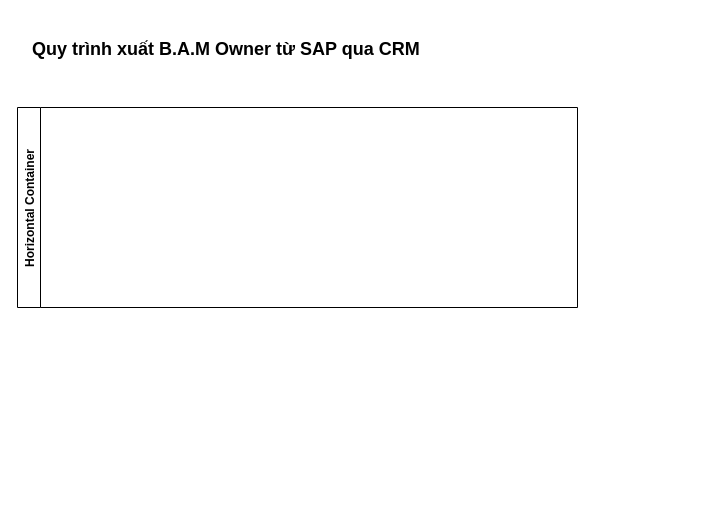
maloadca/test keeps this draw.io diagram as Bamowner.drawio. Above is the earlier version. Source tidied: cells renumbered, new cells numbered last; positions are measured from the earlier drawing's top-left corner, leaving out a move shared by most shapes. Both pictures are drawn from the tidied source at 100%, with x=0, y=0 at pixel (17, 27).
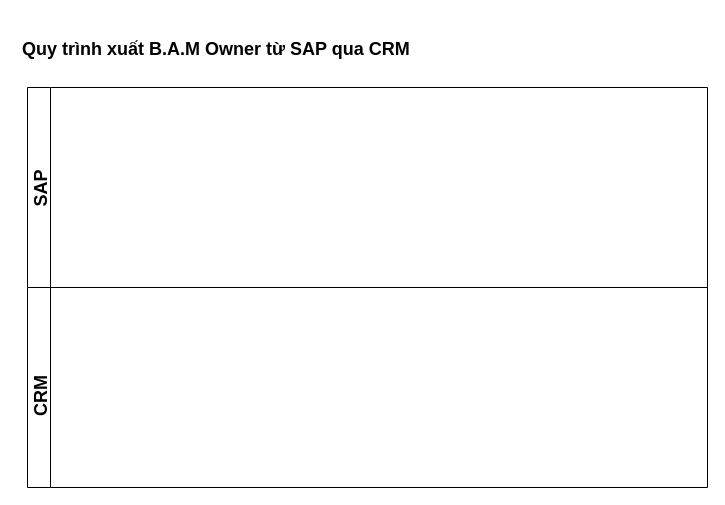
Above is the later version.

What changed in the source:
```diff
@@
 <mxGraphModel>
   <root>
     <mxCell id="0" />
     <mxCell id="1" parent="0" />
-    <mxCell id="2" value="Horizontal Container" style="swimlane;horizontal=0;" parent="1" vertex="1">
-      <mxGeometry y="80" width="560" height="200" as="geometry" />
+    <mxCell id="2" value="SAP" style="swimlane;horizontal=0;fontStyle=1;fontSize=18;" parent="1" vertex="1">
+      <mxGeometry x="10" y="60" width="680" height="200" as="geometry" />
     </mxCell>
     <mxCell id="3" value="&lt;h1&gt;&lt;font style=&quot;font-size: 18px&quot;&gt;Quy trình xuất B.A.M Owner từ SAP qua CRM&lt;/font&gt;&amp;nbsp;&lt;/h1&gt;" style="text;html=1;strokeColor=none;fillColor=none;spacing=5;spacingTop=-20;whiteSpace=wrap;overflow=hidden;rounded=0;" parent="1" vertex="1">
-      <mxGeometry x="10" width="470" height="50" as="geometry" />
+      <mxGeometry width="470" height="50" as="geometry" />
     </mxCell>
+    <mxCell id="4" value="CRM   " style="swimlane;horizontal=0;fontSize=18;" parent="1" vertex="1">
+      <mxGeometry x="10" y="260" width="680" height="200" as="geometry" />
+    </mxCell>
   </root>
 </mxGraphModel>
```
